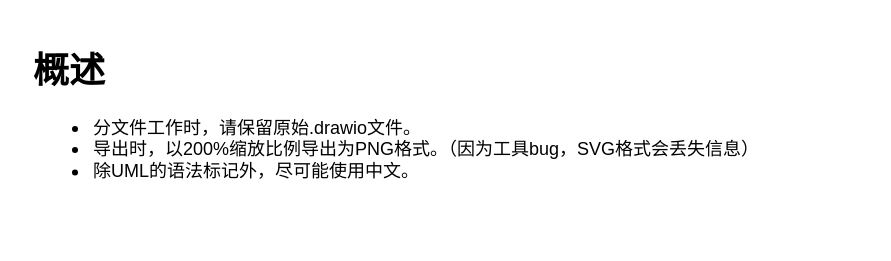
The draw.io diagram page "概述" (1 of 5) of 需求分析文档/UML图.drawio in super-dash/paperstack-design, before the edit. Source tidied: cells renumbered, new cells numbered last; positions are measured from the earlier drawing's top-left corner, leaving out a move shared by most shapes. Both pictures are drawn from the tidied source at 150%, with x=0, y=0 at pixel (26, 40).
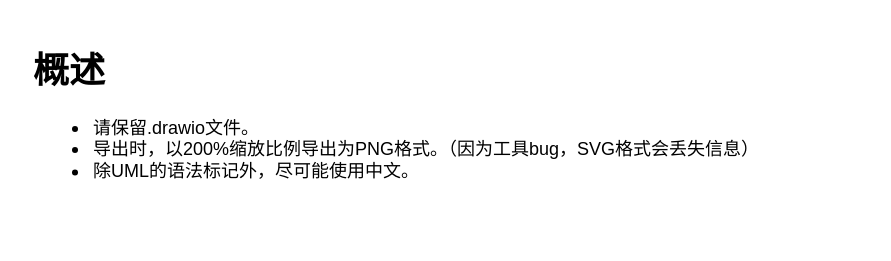
Above is the later version.

Diff of the diagram source:
```diff
@@
 <mxGraphModel>
   <root>
     <mxCell id="0" />
     <mxCell id="1" parent="0" />
-    <mxCell id="2" value="&lt;h1&gt;概述&lt;/h1&gt;&lt;div&gt;&lt;ul&gt;&lt;li&gt;分文件工作时，请保留原始.drawio文件。&lt;/li&gt;&lt;li&gt;导出时，以200%缩放比例导出为PNG格式。（因为工具bug，SVG格式会丢失信息）&lt;/li&gt;&lt;li&gt;除UML的语法标记外，尽可能使用中文。&lt;/li&gt;&lt;/ul&gt;&lt;/div&gt;&lt;p&gt;&lt;/p&gt;" style="text;html=1;strokeColor=none;fillColor=none;spacing=5;spacingTop=-20;whiteSpace=wrap;overflow=hidden;rounded=0;" parent="1" vertex="1">
+    <mxCell id="2" value="&lt;h1&gt;概述&lt;/h1&gt;&lt;div&gt;&lt;ul&gt;&lt;li&gt;请保留.drawio文件。&lt;/li&gt;&lt;li&gt;导出时，以200%缩放比例导出为PNG格式。（因为工具bug，SVG格式会丢失信息）&lt;/li&gt;&lt;li&gt;除UML的语法标记外，尽可能使用中文。&lt;/li&gt;&lt;/ul&gt;&lt;/div&gt;&lt;p&gt;&lt;/p&gt;" style="text;html=1;strokeColor=none;fillColor=none;spacing=5;spacingTop=-20;whiteSpace=wrap;overflow=hidden;rounded=0;" parent="1" vertex="1">
       <mxGeometry width="560" height="130" as="geometry" />
     </mxCell>
   </root>
 </mxGraphModel>
```
